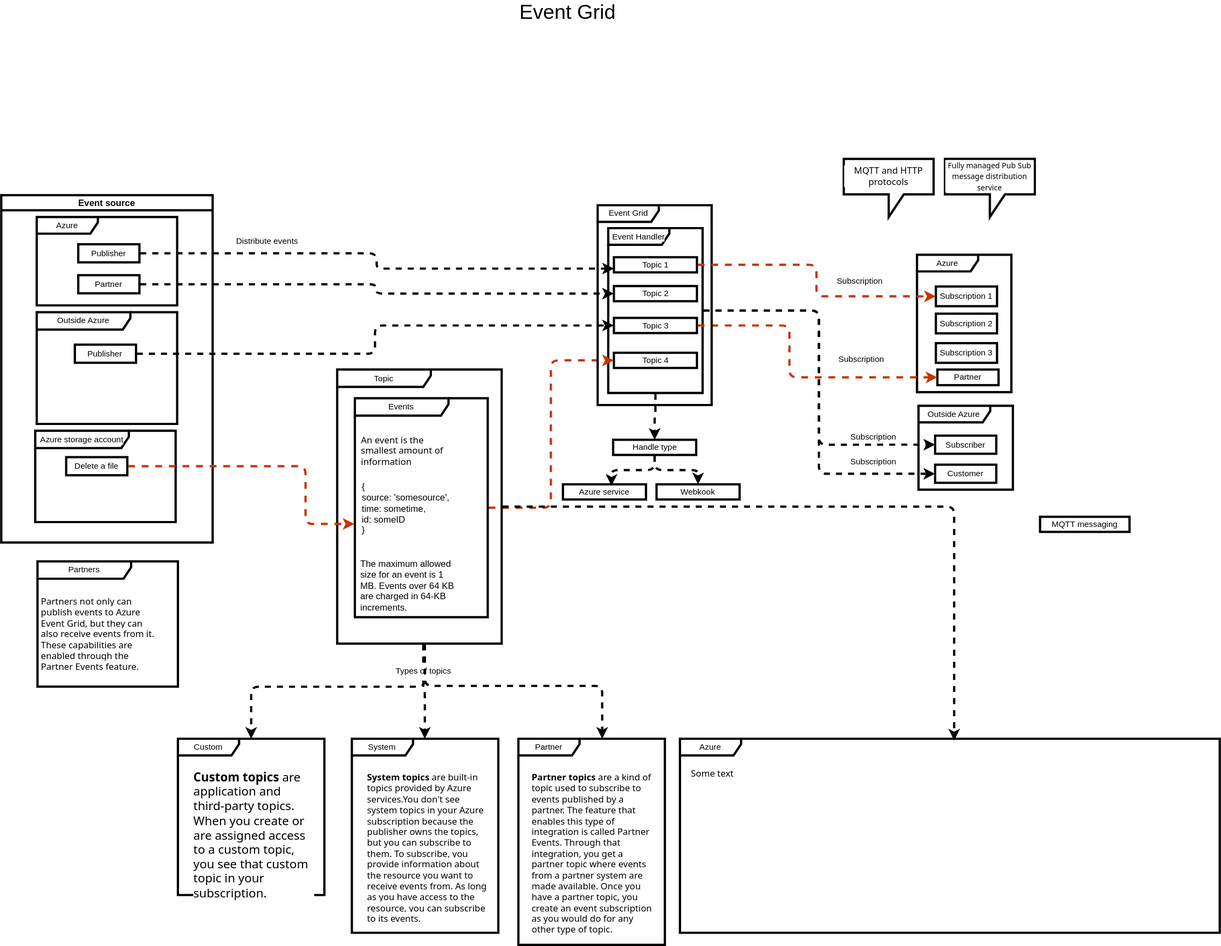
The draw.io diagram azure/fundamentals/event-grid.drawio.svg in sunnybharne/draw.io, before a commit. Source tidied: cells renumbered, new cells last; positions are measured from the earlier drawing's top-left corner, leaving out a move shared by most shapes.
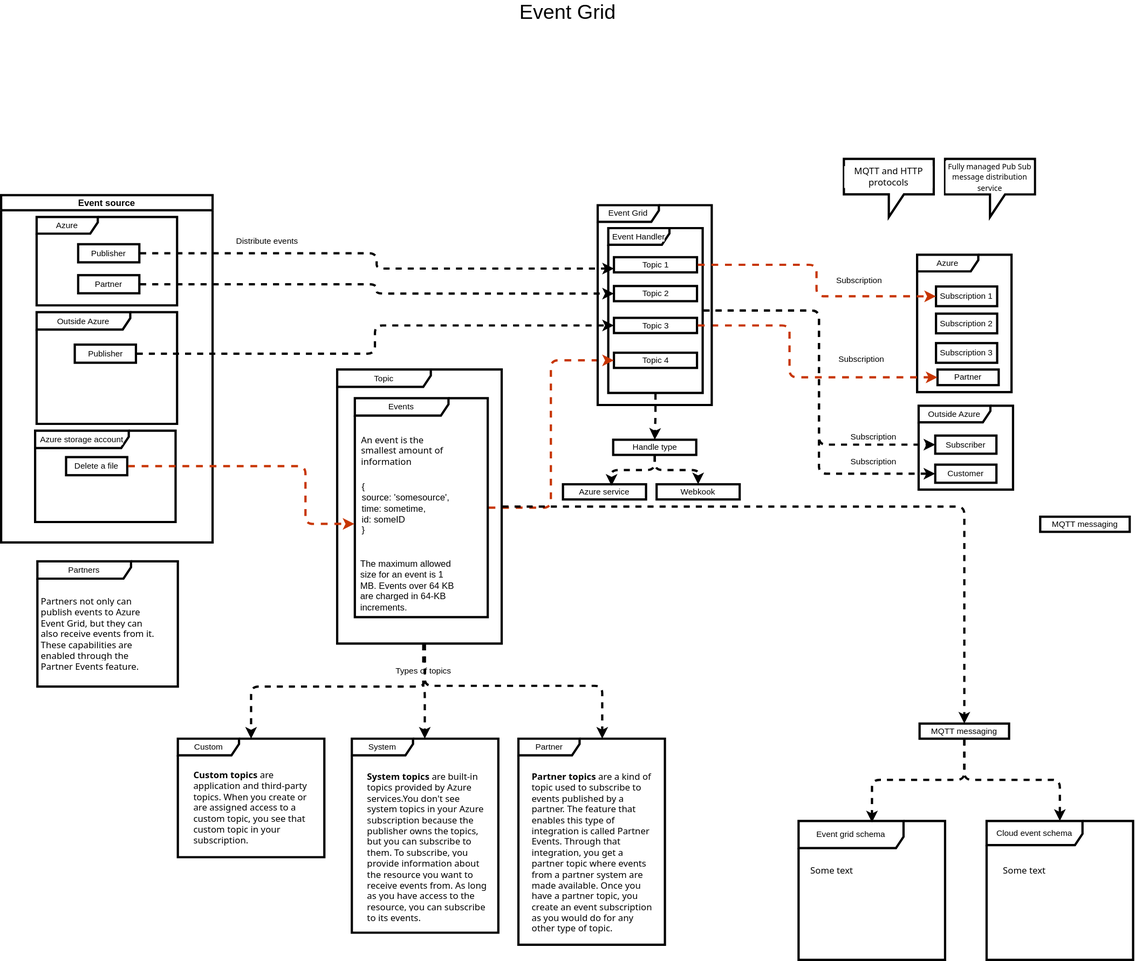
After the commit.

Diff of the diagram source:
```diff
@@ -140,10 +140,10 @@
       <mxGeometry x="483" y="1014.5" width="162" height="207.5" as="geometry" />
     </mxCell>
     <mxCell id="46" value="Custom" style="shape=umlFrame;whiteSpace=wrap;html=1;fontFamily=Helvetica;fontSize=11;fontColor=default;labelBackgroundColor=default;strokeWidth=3;width=81;height=22;strokeColor=default;align=center;verticalAlign=middle;fillColor=default;" parent="1" vertex="1">
-      <mxGeometry x="234" y="977" width="194" height="207" as="geometry" />
+      <mxGeometry x="234" y="977" width="194" height="157" as="geometry" />
     </mxCell>
-    <mxCell id="47" value="&lt;span style=&quot;background-color: rgb(255, 255, 255);&quot;&gt;&lt;strong style=&quot;font-size: 16px; box-sizing: inherit; outline-color: inherit; caret-color: rgb(230, 230, 230); font-family: &amp;quot;Segoe UI&amp;quot;, SegoeUI, &amp;quot;Helvetica Neue&amp;quot;, Helvetica, Arial, sans-serif;&quot;&gt;Custom topics&lt;/strong&gt;&lt;span style=&quot;font-size: 16px; caret-color: rgb(230, 230, 230); font-family: &amp;quot;Segoe UI&amp;quot;, SegoeUI, &amp;quot;Helvetica Neue&amp;quot;, Helvetica, Arial, sans-serif;&quot;&gt;&amp;nbsp;are application and third-party topics. When you create or are assigned access to a custom topic, you see that custom topic in your subscription.&lt;/span&gt;&lt;/span&gt;" style="text;whiteSpace=wrap;html=1;fontFamily=Helvetica;fontSize=11;fontColor=default;labelBackgroundColor=default;" parent="1" vertex="1">
-      <mxGeometry x="253" y="1012" width="162" height="163" as="geometry" />
+    <mxCell id="47" value="&lt;span style=&quot;background-color: rgb(255, 255, 255); font-size: 12px;&quot;&gt;&lt;strong style=&quot;box-sizing: inherit; outline-color: inherit; caret-color: rgb(230, 230, 230); font-family: &amp;quot;Segoe UI&amp;quot;, SegoeUI, &amp;quot;Helvetica Neue&amp;quot;, Helvetica, Arial, sans-serif;&quot;&gt;Custom topics&lt;/strong&gt;&lt;span style=&quot;caret-color: rgb(230, 230, 230); font-family: &amp;quot;Segoe UI&amp;quot;, SegoeUI, &amp;quot;Helvetica Neue&amp;quot;, Helvetica, Arial, sans-serif;&quot;&gt;&amp;nbsp;are application and third-party topics. When you create or are assigned access to a custom topic, you see that custom topic in your subscription.&lt;/span&gt;&lt;/span&gt;" style="text;whiteSpace=wrap;html=1;fontFamily=Helvetica;fontSize=11;fontColor=default;labelBackgroundColor=default;" parent="1" vertex="1">
+      <mxGeometry x="253" y="1012" width="162" height="118" as="geometry" />
     </mxCell>
     <mxCell id="48" value="System" style="shape=umlFrame;whiteSpace=wrap;html=1;fontFamily=Helvetica;fontSize=11;fontColor=default;labelBackgroundColor=default;strokeWidth=3;width=81;height=22;strokeColor=default;align=center;verticalAlign=middle;fillColor=default;" parent="1" vertex="1">
       <mxGeometry x="464.4" y="977" width="194" height="257" as="geometry" />
@@ -228,13 +228,7 @@
     <mxCell id="68" value="&lt;font style=&quot;font-size: 27px;&quot;&gt;Event Grid&lt;/font&gt;" style="text;html=1;align=center;verticalAlign=middle;whiteSpace=wrap;rounded=0;fontFamily=Helvetica;fontSize=11;fontColor=default;labelBackgroundColor=default;" parent="1" vertex="1">
       <mxGeometry x="669" width="163" height="30" as="geometry" />
     </mxCell>
-    <mxCell id="69" value="&lt;font face=&quot;Segoe UI, SegoeUI, Helvetica Neue, Helvetica, Arial, sans-serif&quot;&gt;&lt;span style=&quot;caret-color: rgb(230, 230, 230); font-size: 12px;&quot;&gt;Some text&lt;/span&gt;&lt;/font&gt;" style="text;whiteSpace=wrap;html=1;fontFamily=Helvetica;fontSize=11;fontColor=default;labelBackgroundColor=default;" parent="1" vertex="1">
-      <mxGeometry x="912" y="1010" width="687" height="203" as="geometry" />
-    </mxCell>
-    <mxCell id="70" value="Azure" style="shape=umlFrame;whiteSpace=wrap;html=1;fontFamily=Helvetica;fontSize=11;fontColor=default;labelBackgroundColor=default;strokeWidth=3;width=81;height=22;strokeColor=default;align=center;verticalAlign=middle;fillColor=default;" parent="1" vertex="1">
-      <mxGeometry x="899" y="977" width="715" height="257" as="geometry" />
-    </mxCell>
-    <mxCell id="71" style="edgeStyle=orthogonalEdgeStyle;shape=connector;curved=0;rounded=1;jettySize=auto;html=1;entryX=0.508;entryY=0.009;entryDx=0;entryDy=0;entryPerimeter=0;strokeColor=default;strokeWidth=3;align=center;verticalAlign=middle;fontFamily=Helvetica;fontSize=11;fontColor=default;labelBackgroundColor=default;endArrow=classic;flowAnimation=1;" parent="1" edge="1" source="43" target="70">
+    <mxCell id="71" style="edgeStyle=orthogonalEdgeStyle;shape=connector;curved=0;rounded=1;jettySize=auto;html=1;strokeColor=default;strokeWidth=3;align=center;verticalAlign=middle;fontFamily=Helvetica;fontSize=11;fontColor=default;labelBackgroundColor=default;endArrow=classic;flowAnimation=1;entryX=0.5;entryY=0;entryDx=0;entryDy=0;" parent="1" edge="1" source="43" target="77">
       <mxGeometry relative="1" as="geometry" />
     </mxCell>
     <mxCell id="72" style="edgeStyle=orthogonalEdgeStyle;shape=connector;curved=0;rounded=1;jettySize=auto;html=1;entryX=0;entryY=0.5;entryDx=0;entryDy=0;strokeColor=#C73500;strokeWidth=3;align=center;verticalAlign=top;fontFamily=Helvetica;fontSize=11;fontColor=default;labelBackgroundColor=default;endArrow=classic;flowAnimation=1;dashed=1;elbow=vertical;fillColor=#fa6800;" parent="1" edge="1" source="21" target="27">
@@ -249,5 +243,26 @@
     <mxCell id="75" style="edgeStyle=orthogonalEdgeStyle;shape=connector;curved=0;rounded=1;jettySize=auto;html=1;entryX=0;entryY=0.5;entryDx=0;entryDy=0;strokeColor=default;strokeWidth=3;align=center;verticalAlign=middle;fontFamily=Helvetica;fontSize=11;fontColor=default;labelBackgroundColor=default;endArrow=classic;flowAnimation=1;" parent="1" edge="1" source="16" target="23">
       <mxGeometry relative="1" as="geometry" />
     </mxCell>
+    <mxCell id="76" style="edgeStyle=orthogonalEdgeStyle;shape=connector;curved=0;rounded=1;jettySize=auto;html=1;strokeColor=default;strokeWidth=3;align=center;verticalAlign=middle;fontFamily=Helvetica;fontSize=11;fontColor=default;labelBackgroundColor=default;endArrow=classic;flowAnimation=1;" parent="1" edge="1" source="77" target="81">
+      <mxGeometry relative="1" as="geometry" />
+    </mxCell>
+    <mxCell id="77" value="MQTT messaging" style="html=1;whiteSpace=wrap;fontFamily=Helvetica;fontSize=11;fontColor=default;labelBackgroundColor=default;strokeWidth=3;" parent="1" vertex="1">
+      <mxGeometry x="1216.2" y="957" width="118.5" height="20" as="geometry" />
+    </mxCell>
+    <mxCell id="78" value="&lt;font face=&quot;Segoe UI, SegoeUI, Helvetica Neue, Helvetica, Arial, sans-serif&quot;&gt;&lt;span style=&quot;caret-color: rgb(230, 230, 230); font-size: 12px;&quot;&gt;Some text&lt;/span&gt;&lt;/font&gt;" style="text;whiteSpace=wrap;html=1;fontFamily=Helvetica;fontSize=11;fontColor=default;labelBackgroundColor=default;" parent="1" vertex="1">
+      <mxGeometry x="1070" y="1138" width="162" height="112" as="geometry" />
+    </mxCell>
+    <mxCell id="79" value="Event grid schema" style="shape=umlFrame;whiteSpace=wrap;html=1;fontFamily=Helvetica;fontSize=11;fontColor=default;labelBackgroundColor=default;strokeWidth=3;width=139;height=36;strokeColor=default;align=center;verticalAlign=middle;fillColor=default;" parent="1" vertex="1">
+      <mxGeometry x="1056" y="1086" width="194" height="184" as="geometry" />
+    </mxCell>
+    <mxCell id="80" value="&lt;font face=&quot;Segoe UI, SegoeUI, Helvetica Neue, Helvetica, Arial, sans-serif&quot;&gt;&lt;span style=&quot;caret-color: rgb(230, 230, 230); font-size: 12px;&quot;&gt;Some text&lt;/span&gt;&lt;/font&gt;" style="text;whiteSpace=wrap;html=1;fontFamily=Helvetica;fontSize=11;fontColor=default;labelBackgroundColor=default;" parent="1" vertex="1">
+      <mxGeometry x="1325" y="1138" width="162" height="112" as="geometry" />
+    </mxCell>
+    <mxCell id="81" value="Cloud event schema" style="shape=umlFrame;whiteSpace=wrap;html=1;fontFamily=Helvetica;fontSize=11;fontColor=default;labelBackgroundColor=default;strokeWidth=3;width=127;height=32;strokeColor=default;align=center;verticalAlign=middle;fillColor=default;" parent="1" vertex="1">
+      <mxGeometry x="1305" y="1086" width="194" height="184" as="geometry" />
+    </mxCell>
+    <mxCell id="82" style="edgeStyle=orthogonalEdgeStyle;shape=connector;curved=0;rounded=1;jettySize=auto;html=1;entryX=0.501;entryY=0.01;entryDx=0;entryDy=0;entryPerimeter=0;strokeColor=default;strokeWidth=3;align=center;verticalAlign=middle;fontFamily=Helvetica;fontSize=11;fontColor=default;labelBackgroundColor=default;endArrow=classic;flowAnimation=1;" parent="1" edge="1" source="77" target="79">
+      <mxGeometry relative="1" as="geometry" />
+    </mxCell>
   </root>
 </mxGraphModel>
```
